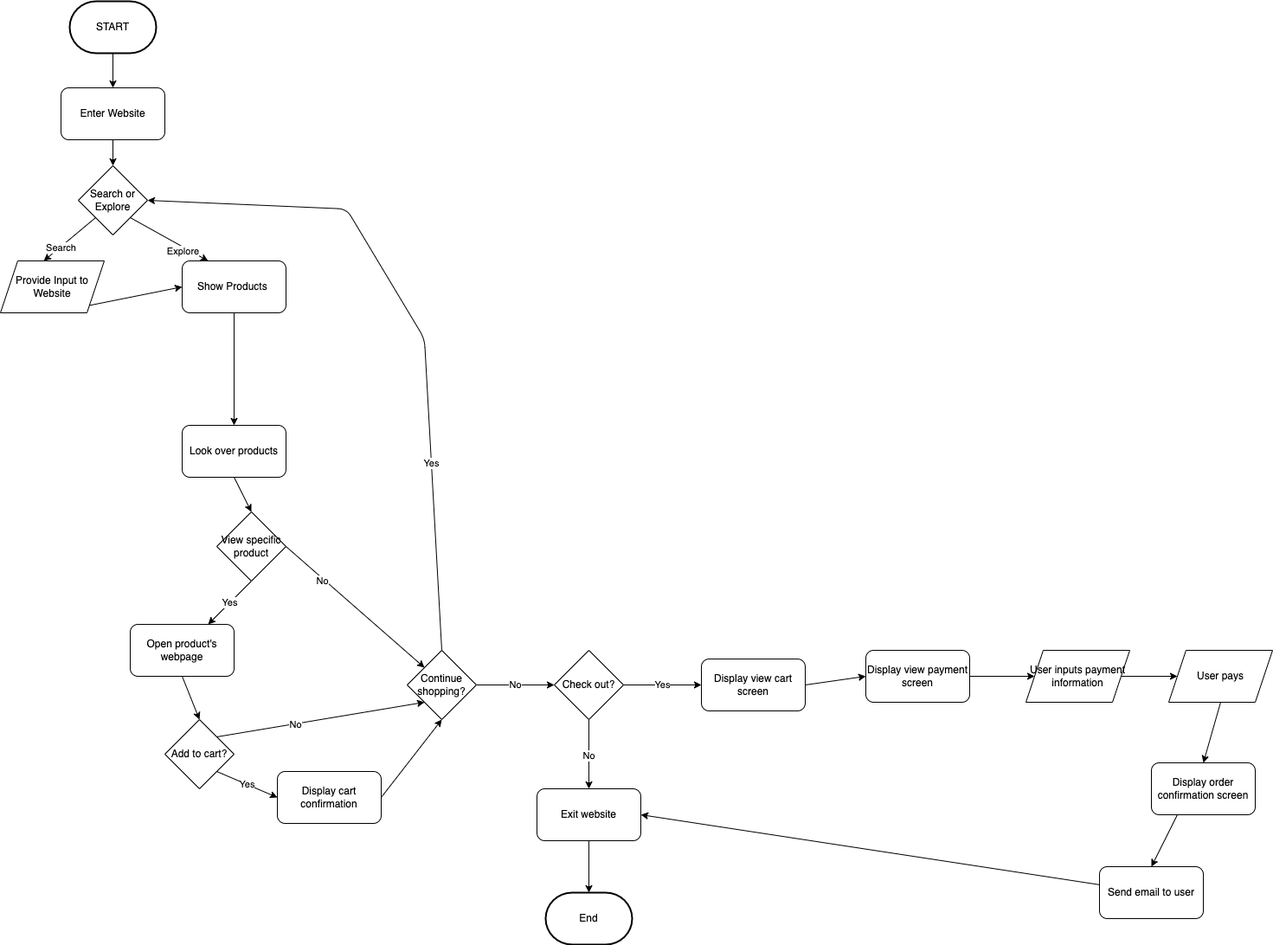
The draw.io diagram explore/diagramming/diagram.drawio.png in ohuynh21/sp23-cse110-lab4, before a commit. Source tidied: cells renumbered, new cells last; positions are measured from the earlier drawing's top-left corner, leaving out a move shared by most shapes.
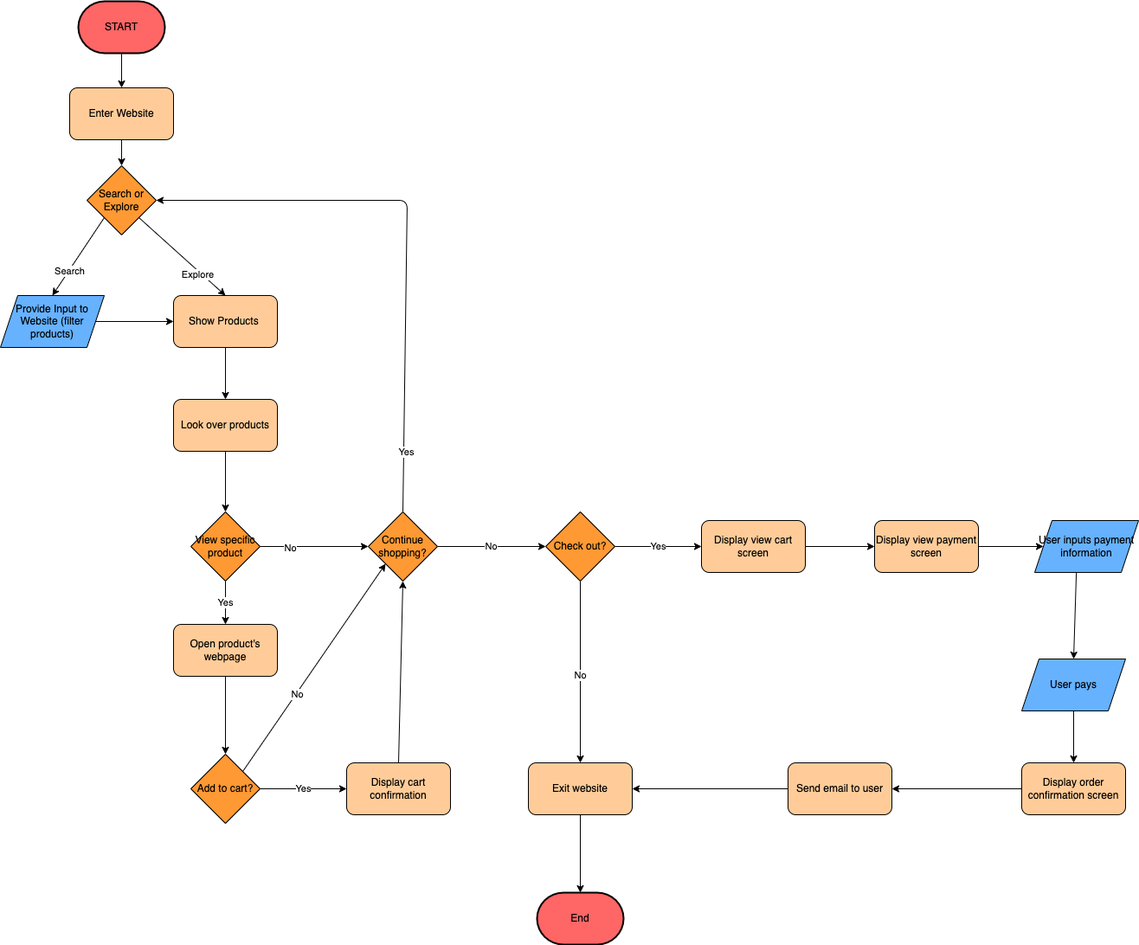
The same file after the commit.

Commit message:
made flowchart look nicer

The edit, as a diff of the source:
```diff
@@ -5,22 +5,22 @@
     <mxCell id="2" style="edgeStyle=none;html=1;exitX=0.5;exitY=1;exitDx=0;exitDy=0;exitPerimeter=0;entryX=0.5;entryY=0;entryDx=0;entryDy=0;" parent="1" edge="1" source="3" target="5">
       <mxGeometry relative="1" as="geometry" />
     </mxCell>
-    <mxCell id="3" value="START" style="strokeWidth=2;html=1;shape=mxgraph.flowchart.terminator;whiteSpace=wrap;" parent="1" vertex="1">
+    <mxCell id="3" value="START" style="strokeWidth=2;html=1;shape=mxgraph.flowchart.terminator;whiteSpace=wrap;fillColor=#FF6666;" parent="1" vertex="1">
       <mxGeometry x="80" width="100" height="60" as="geometry" />
     </mxCell>
     <mxCell id="4" style="edgeStyle=none;html=1;exitX=0.5;exitY=1;exitDx=0;exitDy=0;entryX=0.5;entryY=0;entryDx=0;entryDy=0;" parent="1" edge="1" source="5" target="10">
       <mxGeometry relative="1" as="geometry" />
     </mxCell>
-    <mxCell id="5" value="Enter Website" style="rounded=1;whiteSpace=wrap;html=1;" parent="1" vertex="1">
+    <mxCell id="5" value="Enter Website" style="rounded=1;whiteSpace=wrap;html=1;fillColor=#FFCC99;" parent="1" vertex="1">
       <mxGeometry x="70" y="100" width="120" height="60" as="geometry" />
     </mxCell>
-    <mxCell id="6" style="edgeStyle=none;html=1;exitX=0;exitY=1;exitDx=0;exitDy=0;entryX=0.417;entryY=0;entryDx=0;entryDy=0;entryPerimeter=0;" parent="1" edge="1" source="10" target="12">
+    <mxCell id="6" style="edgeStyle=none;html=1;exitX=0;exitY=1;exitDx=0;exitDy=0;entryX=0.5;entryY=0;entryDx=0;entryDy=0;" parent="1" edge="1" source="10" target="12">
       <mxGeometry relative="1" as="geometry" />
     </mxCell>
     <mxCell id="7" value="Search" style="edgeLabel;html=1;align=center;verticalAlign=middle;" parent="6" vertex="1">
       <mxGeometry x="0.35" y="1" relative="1" as="geometry" />
     </mxCell>
-    <mxCell id="8" style="edgeStyle=none;html=1;exitX=1;exitY=1;exitDx=0;exitDy=0;entryX=0.25;entryY=0;entryDx=0;entryDy=0;" parent="1" edge="1" source="10" target="14">
+    <mxCell id="8" style="edgeStyle=none;html=1;exitX=1;exitY=1;exitDx=0;exitDy=0;entryX=0.5;entryY=0;entryDx=0;entryDy=0;" parent="1" edge="1" source="10" target="14">
       <mxGeometry relative="1" as="geometry" />
     </mxCell>
     <mxCell id="9" value="Explore" style="edgeLabel;html=1;align=center;verticalAlign=middle;" parent="8" vertex="1">
@@ -28,31 +28,31 @@
         <mxPoint y="1" as="offset" />
       </mxGeometry>
     </mxCell>
-    <mxCell id="10" value="Search or Explore" style="rhombus;whiteSpace=wrap;html=1;" parent="1" vertex="1">
+    <mxCell id="10" value="Search or Explore" style="rhombus;whiteSpace=wrap;html=1;fillColor=#FF9933;" parent="1" vertex="1">
       <mxGeometry x="90" y="190" width="80" height="80" as="geometry" />
     </mxCell>
-    <mxCell id="11" style="edgeStyle=none;html=1;exitX=0.5;exitY=1;exitDx=0;exitDy=0;entryX=0;entryY=0.5;entryDx=0;entryDy=0;" parent="1" edge="1" source="12" target="14">
+    <mxCell id="11" style="edgeStyle=none;html=1;exitX=1;exitY=0.5;exitDx=0;exitDy=0;entryX=0;entryY=0.5;entryDx=0;entryDy=0;" parent="1" edge="1" source="12" target="14">
       <mxGeometry relative="1" as="geometry" />
     </mxCell>
-    <mxCell id="12" value="Provide Input to Website" style="shape=parallelogram;perimeter=parallelogramPerimeter;whiteSpace=wrap;html=1;fixedSize=1;" parent="1" vertex="1">
-      <mxGeometry y="300" width="120" height="60" as="geometry" />
+    <mxCell id="12" value="Provide Input to Website (filter products)" style="shape=parallelogram;perimeter=parallelogramPerimeter;whiteSpace=wrap;html=1;fixedSize=1;fillColor=#66B2FF;" parent="1" vertex="1">
+      <mxGeometry x="-10" y="340" width="120" height="60" as="geometry" />
     </mxCell>
     <mxCell id="13" style="edgeStyle=none;html=1;entryX=0.5;entryY=0;entryDx=0;entryDy=0;" parent="1" edge="1" source="14" target="16">
       <mxGeometry relative="1" as="geometry" />
     </mxCell>
-    <mxCell id="14" value="Show Products&amp;nbsp;" style="rounded=1;whiteSpace=wrap;html=1;" parent="1" vertex="1">
-      <mxGeometry x="210" y="300" width="120" height="60" as="geometry" />
+    <mxCell id="14" value="Show Products&amp;nbsp;" style="rounded=1;whiteSpace=wrap;html=1;fillColor=#FFCC99;" parent="1" vertex="1">
+      <mxGeometry x="190" y="340" width="120" height="60" as="geometry" />
     </mxCell>
     <mxCell id="15" style="edgeStyle=none;html=1;exitX=0.5;exitY=1;exitDx=0;exitDy=0;entryX=0.5;entryY=0;entryDx=0;entryDy=0;" parent="1" edge="1" source="16" target="20">
       <mxGeometry relative="1" as="geometry" />
     </mxCell>
-    <mxCell id="16" value="Look over products" style="rounded=1;whiteSpace=wrap;html=1;" parent="1" vertex="1">
-      <mxGeometry x="210" y="490" width="120" height="60" as="geometry" />
+    <mxCell id="16" value="Look over products" style="rounded=1;whiteSpace=wrap;html=1;fillColor=#FFCC99;" parent="1" vertex="1">
+      <mxGeometry x="190" y="460" width="120" height="60" as="geometry" />
     </mxCell>
-    <mxCell id="17" value="Yes" style="edgeStyle=none;html=1;exitX=0.5;exitY=1;exitDx=0;exitDy=0;entryX=0.75;entryY=0;entryDx=0;entryDy=0;" parent="1" edge="1" source="20" target="28">
+    <mxCell id="17" value="Yes" style="edgeStyle=none;html=1;exitX=0.5;exitY=1;exitDx=0;exitDy=0;entryX=0.5;entryY=0;entryDx=0;entryDy=0;" parent="1" edge="1" source="20" target="28">
       <mxGeometry relative="1" as="geometry" />
     </mxCell>
-    <mxCell id="18" style="edgeStyle=none;html=1;exitX=1;exitY=0.5;exitDx=0;exitDy=0;entryX=0;entryY=0;entryDx=0;entryDy=0;" parent="1" edge="1" source="20" target="24">
+    <mxCell id="18" style="edgeStyle=none;html=1;exitX=1;exitY=0.5;exitDx=0;exitDy=0;entryX=0;entryY=0.5;entryDx=0;entryDy=0;" parent="1" edge="1" source="20" target="24">
       <mxGeometry relative="1" as="geometry" />
     </mxCell>
     <mxCell id="19" value="No" style="edgeLabel;html=1;align=center;verticalAlign=middle;" parent="18" vertex="1">
@@ -60,41 +60,38 @@
         <mxPoint y="-1" as="offset" />
       </mxGeometry>
     </mxCell>
-    <mxCell id="20" value="View specific product" style="rhombus;whiteSpace=wrap;html=1;" parent="1" vertex="1">
-      <mxGeometry x="250" y="590" width="80" height="80" as="geometry" />
+    <mxCell id="20" value="View specific product" style="rhombus;whiteSpace=wrap;html=1;fillColor=#FF9933;" parent="1" vertex="1">
+      <mxGeometry x="210" y="590" width="80" height="80" as="geometry" />
     </mxCell>
+    <mxCell id="23" value="No" style="edgeStyle=none;html=1;exitX=1;exitY=0.5;exitDx=0;exitDy=0;entryX=0;entryY=0.5;entryDx=0;entryDy=0;" parent="1" edge="1" source="24" target="36">
+      <mxGeometry relative="1" as="geometry" />
+    </mxCell>
     <mxCell id="21" style="edgeStyle=none;html=1;exitX=0.5;exitY=0;exitDx=0;exitDy=0;entryX=1;entryY=0.5;entryDx=0;entryDy=0;" parent="1" edge="1" source="24" target="10">
       <mxGeometry relative="1" as="geometry">
         <Array as="points">
-          <mxPoint x="490" y="390" />
-          <mxPoint x="400" y="240" />
+          <mxPoint x="460" y="230" />
         </Array>
       </mxGeometry>
     </mxCell>
     <mxCell id="22" value="Yes" style="edgeLabel;html=1;align=center;verticalAlign=middle;" parent="21" vertex="1">
-      <mxGeometry x="-0.44" relative="1" as="geometry">
-        <mxPoint y="-1" as="offset" />
-      </mxGeometry>
+      <mxGeometry x="-0.78" y="-3" relative="1" as="geometry" />
     </mxCell>
-    <mxCell id="23" value="No" style="edgeStyle=none;html=1;exitX=1;exitY=0.5;exitDx=0;exitDy=0;entryX=0;entryY=0.5;entryDx=0;entryDy=0;" parent="1" edge="1" source="24" target="36">
-      <mxGeometry relative="1" as="geometry" />
-    </mxCell>
-    <mxCell id="24" value="Continue shopping?" style="rhombus;whiteSpace=wrap;html=1;" parent="1" vertex="1">
-      <mxGeometry x="470" y="750" width="80" height="80" as="geometry" />
+    <mxCell id="24" value="Continue shopping?" style="rhombus;whiteSpace=wrap;html=1;fillColor=#FF9933;" parent="1" vertex="1">
+      <mxGeometry x="415" y="590" width="80" height="80" as="geometry" />
     </mxCell>
-    <mxCell id="25" style="edgeStyle=none;html=1;exitX=1;exitY=0.5;exitDx=0;exitDy=0;entryX=0.5;entryY=1;entryDx=0;entryDy=0;" parent="1" edge="1" source="26" target="24">
+    <mxCell id="25" style="edgeStyle=none;html=1;exitX=0.5;exitY=0;exitDx=0;exitDy=0;entryX=0.5;entryY=1;entryDx=0;entryDy=0;" parent="1" edge="1" source="26" target="24">
       <mxGeometry relative="1" as="geometry" />
     </mxCell>
-    <mxCell id="26" value="Display cart confirmation" style="rounded=1;whiteSpace=wrap;html=1;" parent="1" vertex="1">
-      <mxGeometry x="320" y="890" width="120" height="60" as="geometry" />
+    <mxCell id="26" value="Display cart confirmation" style="rounded=1;whiteSpace=wrap;html=1;fillColor=#FFCC99;" parent="1" vertex="1">
+      <mxGeometry x="390" y="880" width="120" height="60" as="geometry" />
     </mxCell>
     <mxCell id="27" style="edgeStyle=none;html=1;exitX=0.5;exitY=1;exitDx=0;exitDy=0;entryX=0.5;entryY=0;entryDx=0;entryDy=0;" parent="1" edge="1" source="28" target="32">
       <mxGeometry relative="1" as="geometry" />
     </mxCell>
-    <mxCell id="28" value="Open product's webpage" style="rounded=1;whiteSpace=wrap;html=1;" parent="1" vertex="1">
-      <mxGeometry x="150" y="720" width="120" height="60" as="geometry" />
+    <mxCell id="28" value="Open product's webpage" style="rounded=1;whiteSpace=wrap;html=1;fillColor=#FFCC99;" parent="1" vertex="1">
+      <mxGeometry x="190" y="720" width="120" height="60" as="geometry" />
     </mxCell>
-    <mxCell id="29" value="Yes" style="edgeStyle=none;html=1;exitX=1;exitY=1;exitDx=0;exitDy=0;entryX=0;entryY=0.5;entryDx=0;entryDy=0;" parent="1" edge="1" source="32" target="26">
+    <mxCell id="29" value="Yes" style="edgeStyle=none;html=1;exitX=1;exitY=0.5;exitDx=0;exitDy=0;entryX=0;entryY=0.5;entryDx=0;entryDy=0;" parent="1" edge="1" source="32" target="26">
       <mxGeometry relative="1" as="geometry" />
     </mxCell>
     <mxCell id="30" style="edgeStyle=none;html=1;exitX=1;exitY=0;exitDx=0;exitDy=0;entryX=0;entryY=1;entryDx=0;entryDy=0;" parent="1" edge="1" source="32" target="24">
@@ -103,8 +100,8 @@
     <mxCell id="31" value="No" style="edgeLabel;html=1;align=center;verticalAlign=middle;" parent="30" vertex="1">
       <mxGeometry x="-0.24" y="-1" relative="1" as="geometry" />
     </mxCell>
-    <mxCell id="32" value="Add to cart?" style="rhombus;whiteSpace=wrap;html=1;" parent="1" vertex="1">
-      <mxGeometry x="190" y="830" width="80" height="80" as="geometry" />
+    <mxCell id="32" value="Add to cart?" style="rhombus;whiteSpace=wrap;html=1;fillColor=#FF9933;" parent="1" vertex="1">
+      <mxGeometry x="210" y="870" width="80" height="80" as="geometry" />
     </mxCell>
     <mxCell id="33" style="edgeStyle=none;html=1;exitX=0.5;exitY=1;exitDx=0;exitDy=0;entryX=0.5;entryY=0;entryDx=0;entryDy=0;" parent="1" edge="1" source="36" target="39">
       <mxGeometry relative="1" as="geometry" />
@@ -115,55 +112,53 @@
     <mxCell id="35" value="Yes" style="edgeStyle=none;html=1;exitX=1;exitY=0.5;exitDx=0;exitDy=0;" parent="1" edge="1" source="36" target="41">
       <mxGeometry relative="1" as="geometry" />
     </mxCell>
-    <mxCell id="36" value="Check out?" style="rhombus;whiteSpace=wrap;html=1;" parent="1" vertex="1">
-      <mxGeometry x="640" y="750" width="80" height="80" as="geometry" />
+    <mxCell id="36" value="Check out?" style="rhombus;whiteSpace=wrap;html=1;fillColor=#FF9933;" parent="1" vertex="1">
+      <mxGeometry x="620" y="590" width="80" height="80" as="geometry" />
     </mxCell>
-    <mxCell id="37" value="End" style="strokeWidth=2;html=1;shape=mxgraph.flowchart.terminator;whiteSpace=wrap;" parent="1" vertex="1">
-      <mxGeometry x="630" y="1030" width="100" height="60" as="geometry" />
+    <mxCell id="37" value="End" style="strokeWidth=2;html=1;shape=mxgraph.flowchart.terminator;whiteSpace=wrap;fillColor=#FF6666;" parent="1" vertex="1">
+      <mxGeometry x="610" y="1030" width="100" height="60" as="geometry" />
     </mxCell>
     <mxCell id="38" style="edgeStyle=none;html=1;exitX=0.5;exitY=1;exitDx=0;exitDy=0;entryX=0.5;entryY=0;entryDx=0;entryDy=0;entryPerimeter=0;" parent="1" edge="1" source="39" target="37">
       <mxGeometry relative="1" as="geometry" />
     </mxCell>
-    <mxCell id="39" value="Exit website" style="rounded=1;whiteSpace=wrap;html=1;" parent="1" vertex="1">
-      <mxGeometry x="620" y="910" width="120" height="60" as="geometry" />
+    <mxCell id="39" value="Exit website" style="rounded=1;whiteSpace=wrap;html=1;fillColor=#FFCC99;" parent="1" vertex="1">
+      <mxGeometry x="600" y="880" width="120" height="60" as="geometry" />
     </mxCell>
     <mxCell id="40" style="edgeStyle=none;html=1;exitX=1;exitY=0.5;exitDx=0;exitDy=0;entryX=0;entryY=0.5;entryDx=0;entryDy=0;" parent="1" edge="1" source="41" target="43">
       <mxGeometry relative="1" as="geometry" />
     </mxCell>
-    <mxCell id="41" value="Display view cart screen" style="rounded=1;whiteSpace=wrap;html=1;" parent="1" vertex="1">
-      <mxGeometry x="810" y="760" width="120" height="60" as="geometry" />
+    <mxCell id="41" value="Display view cart screen" style="rounded=1;whiteSpace=wrap;html=1;fillColor=#FFCC99;" parent="1" vertex="1">
+      <mxGeometry x="800" y="600" width="120" height="60" as="geometry" />
     </mxCell>
     <mxCell id="42" style="edgeStyle=none;html=1;exitX=1;exitY=0.5;exitDx=0;exitDy=0;entryX=0;entryY=0.5;entryDx=0;entryDy=0;" parent="1" edge="1" source="43" target="45">
       <mxGeometry relative="1" as="geometry" />
     </mxCell>
-    <mxCell id="43" value="Display view payment screen" style="rounded=1;whiteSpace=wrap;html=1;" parent="1" vertex="1">
-      <mxGeometry x="1000" y="750" width="120" height="60" as="geometry" />
+    <mxCell id="43" value="Display view payment screen" style="rounded=1;whiteSpace=wrap;html=1;fillColor=#FFCC99;" parent="1" vertex="1">
+      <mxGeometry x="1000" y="600" width="120" height="60" as="geometry" />
     </mxCell>
-    <mxCell id="44" style="edgeStyle=none;html=1;exitX=1;exitY=0.5;exitDx=0;exitDy=0;entryX=0;entryY=0.5;entryDx=0;entryDy=0;" parent="1" edge="1" source="45">
-      <mxGeometry relative="1" as="geometry">
-        <mxPoint x="1360" y="780" as="targetPoint" />
-      </mxGeometry>
+    <mxCell id="44" style="edgeStyle=none;html=1;exitX=0.401;exitY=0.999;exitDx=0;exitDy=0;entryX=0.5;entryY=0;entryDx=0;entryDy=0;exitPerimeter=0;" parent="1" edge="1" source="45" target="47">
+      <mxGeometry relative="1" as="geometry" />
     </mxCell>
-    <mxCell id="45" value="User inputs payment information" style="shape=parallelogram;perimeter=parallelogramPerimeter;whiteSpace=wrap;html=1;fixedSize=1;" parent="1" vertex="1">
-      <mxGeometry x="1185" y="750" width="120" height="60" as="geometry" />
+    <mxCell id="45" value="User inputs payment information" style="shape=parallelogram;perimeter=parallelogramPerimeter;whiteSpace=wrap;html=1;fixedSize=1;fillColor=#66B2FF;" parent="1" vertex="1">
+      <mxGeometry x="1185" y="600" width="120" height="60" as="geometry" />
     </mxCell>
     <mxCell id="46" style="edgeStyle=none;html=1;exitX=0.5;exitY=1;exitDx=0;exitDy=0;entryX=0.5;entryY=0;entryDx=0;entryDy=0;" parent="1" edge="1" source="47" target="49">
       <mxGeometry relative="1" as="geometry" />
     </mxCell>
-    <mxCell id="47" value="User pays" style="shape=parallelogram;perimeter=parallelogramPerimeter;whiteSpace=wrap;html=1;fixedSize=1;" parent="1" vertex="1">
-      <mxGeometry x="1350" y="750" width="120" height="60" as="geometry" />
+    <mxCell id="47" value="User pays" style="shape=parallelogram;perimeter=parallelogramPerimeter;whiteSpace=wrap;html=1;fixedSize=1;fillColor=#66B2FF;" parent="1" vertex="1">
+      <mxGeometry x="1170" y="760" width="120" height="60" as="geometry" />
     </mxCell>
-    <mxCell id="48" style="edgeStyle=none;html=1;exitX=0.25;exitY=1;exitDx=0;exitDy=0;entryX=0.5;entryY=0;entryDx=0;entryDy=0;" parent="1" edge="1" source="49" target="51">
+    <mxCell id="48" style="edgeStyle=none;html=1;exitX=0;exitY=0.5;exitDx=0;exitDy=0;entryX=1;entryY=0.5;entryDx=0;entryDy=0;" parent="1" edge="1" source="49" target="51">
       <mxGeometry relative="1" as="geometry" />
     </mxCell>
-    <mxCell id="49" value="Display order confirmation screen" style="rounded=1;whiteSpace=wrap;html=1;" parent="1" vertex="1">
-      <mxGeometry x="1330" y="880" width="120" height="60" as="geometry" />
+    <mxCell id="49" value="Display order confirmation screen" style="rounded=1;whiteSpace=wrap;html=1;fillColor=#FFCC99;" parent="1" vertex="1">
+      <mxGeometry x="1170" y="880" width="120" height="60" as="geometry" />
     </mxCell>
     <mxCell id="50" style="edgeStyle=none;html=1;entryX=1;entryY=0.5;entryDx=0;entryDy=0;" parent="1" edge="1" source="51" target="39">
       <mxGeometry relative="1" as="geometry" />
     </mxCell>
-    <mxCell id="51" value="Send email to user" style="rounded=1;whiteSpace=wrap;html=1;" parent="1" vertex="1">
-      <mxGeometry x="1270" y="1000" width="120" height="60" as="geometry" />
+    <mxCell id="51" value="Send email to user" style="rounded=1;whiteSpace=wrap;html=1;fillColor=#FFCC99;" parent="1" vertex="1">
+      <mxGeometry x="900" y="880" width="120" height="60" as="geometry" />
     </mxCell>
   </root>
 </mxGraphModel>
```
